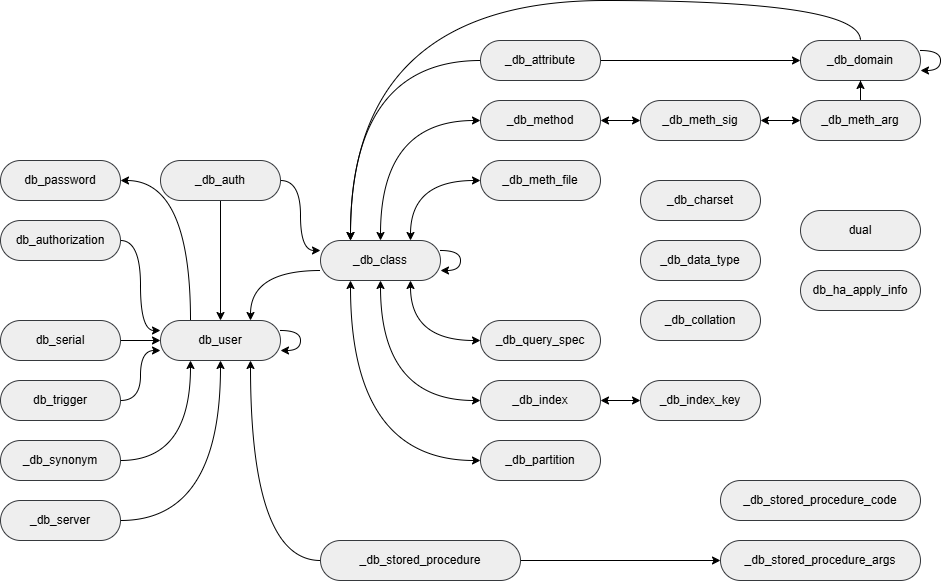
Before: ko/images/image9.png, a diagram exported from draw.io (CUBRID/cubrid-manual). Source tidied: cells renumbered, new cells last; positions are measured from the earlier drawing's top-left corner, leaving out a move shared by most shapes.
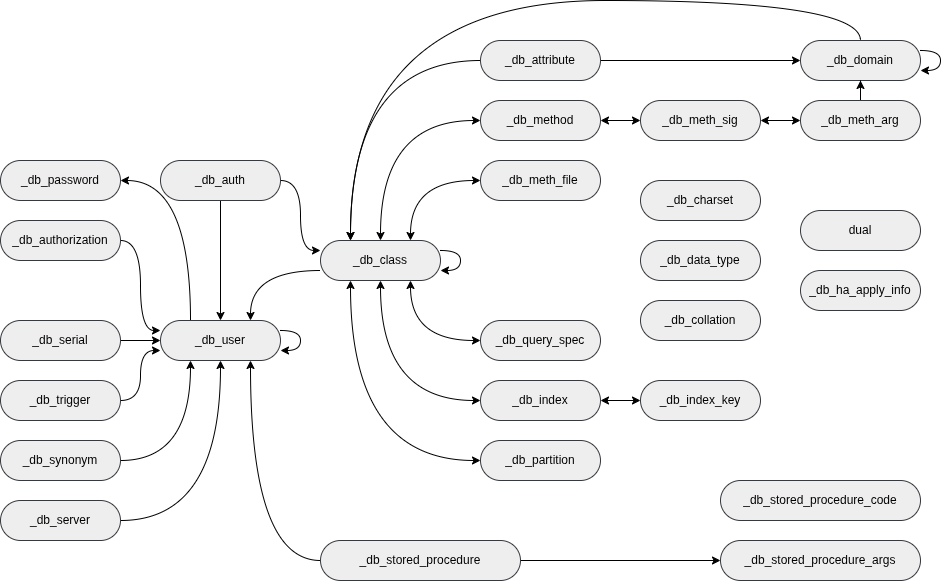
After the change.

What changed in the source:
```diff
@@ -2,9 +2,9 @@
   <root>
     <mxCell id="0" />
     <mxCell id="1" parent="0" />
-    <mxCell id="2" style="edgeStyle=orthogonalEdgeStyle;curved=1;rounded=0;jettySize=auto;html=1;entryX=0.75;entryY=0;entryDx=0;entryDy=0;startArrow=none;startFill=0;exitX=0;exitY=0.75;exitDx=0;exitDy=0;" parent="1" edge="1" source="3" target="49">
-      <mxGeometry relative="1" as="geometry" />
-    </mxCell>
+    <mxCell id="55" style="edgeStyle=orthogonalEdgeStyle;curved=1;rounded=0;jettySize=auto;html=1;entryX=0.75;entryY=0;entryDx=0;entryDy=0;startArrow=none;startFill=0;exitX=0;exitY=0.75;exitDx=0;exitDy=0;" parent="1" edge="1" source="3" target="67">
+      <mxGeometry relative="1" as="geometry" />
+    </mxCell>
     <mxCell id="3" value="&lt;span&gt;_db_class&lt;/span&gt;" style="rounded=1;whiteSpace=wrap;html=1;strokeWidth=1;arcSize=50;fillColor=#eeeeee;strokeColor=#36393d;" parent="1" vertex="1">
       <mxGeometry x="320" y="240" width="120" height="40" as="geometry" />
     </mxCell>
@@ -64,9 +64,9 @@
     <mxCell id="20" value="_db_index_key" style="rounded=1;whiteSpace=wrap;html=1;strokeWidth=1;arcSize=50;fillColor=#eeeeee;strokeColor=#36393d;" parent="1" vertex="1">
       <mxGeometry x="640" y="380" width="120" height="40" as="geometry" />
     </mxCell>
-    <mxCell id="21" style="edgeStyle=orthogonalEdgeStyle;curved=1;rounded=0;jettySize=auto;html=1;startArrow=none;startFill=0;" parent="1" edge="1" source="23" target="49">
-      <mxGeometry relative="1" as="geometry" />
-    </mxCell>
+    <mxCell id="56" style="edgeStyle=orthogonalEdgeStyle;curved=1;rounded=0;jettySize=auto;html=1;startArrow=none;startFill=0;" parent="1" edge="1" source="23" target="67">
+      <mxGeometry relative="1" as="geometry" />
+    </mxCell>
     <mxCell id="22" style="edgeStyle=orthogonalEdgeStyle;curved=1;rounded=0;jettySize=auto;html=1;entryX=0;entryY=0.25;entryDx=0;entryDy=0;startArrow=none;startFill=0;" parent="1" edge="1" source="23" target="3">
       <mxGeometry relative="1" as="geometry" />
     </mxCell>
@@ -82,54 +82,54 @@
     <mxCell id="26" value="_db_partition" style="rounded=1;whiteSpace=wrap;html=1;strokeWidth=1;arcSize=50;fillColor=#eeeeee;strokeColor=#36393d;" parent="1" vertex="1">
       <mxGeometry x="480" y="440" width="120" height="40" as="geometry" />
     </mxCell>
-    <mxCell id="27" style="edgeStyle=orthogonalEdgeStyle;curved=1;rounded=0;jettySize=auto;html=1;entryX=0.5;entryY=1;entryDx=0;entryDy=0;startArrow=none;startFill=0;" parent="1" edge="1" source="28" target="49">
-      <mxGeometry relative="1" as="geometry" />
-    </mxCell>
+    <mxCell id="57" style="edgeStyle=orthogonalEdgeStyle;curved=1;rounded=0;jettySize=auto;html=1;entryX=0.5;entryY=1;entryDx=0;entryDy=0;startArrow=none;startFill=0;" parent="1" edge="1" source="28" target="67">
+      <mxGeometry relative="1" as="geometry" />
+    </mxCell>
     <mxCell id="28" value="_db_server" style="rounded=1;whiteSpace=wrap;html=1;strokeWidth=1;arcSize=50;fillColor=#eeeeee;strokeColor=#36393d;" parent="1" vertex="1">
       <mxGeometry y="500" width="120" height="40" as="geometry" />
     </mxCell>
     <mxCell id="29" style="edgeStyle=orthogonalEdgeStyle;rounded=0;jettySize=auto;html=1;startArrow=none;startFill=0;curved=1;" parent="1" edge="1" source="31" target="32">
       <mxGeometry relative="1" as="geometry" />
     </mxCell>
-    <mxCell id="30" style="edgeStyle=orthogonalEdgeStyle;curved=1;rounded=0;jettySize=auto;html=1;entryX=0.75;entryY=1;entryDx=0;entryDy=0;startArrow=none;startFill=0;" parent="1" edge="1" source="31" target="49">
-      <mxGeometry relative="1" as="geometry" />
-    </mxCell>
+    <mxCell id="58" style="edgeStyle=orthogonalEdgeStyle;curved=1;rounded=0;jettySize=auto;html=1;entryX=0.75;entryY=1;entryDx=0;entryDy=0;startArrow=none;startFill=0;" parent="1" edge="1" source="31" target="67">
+      <mxGeometry relative="1" as="geometry" />
+    </mxCell>
     <mxCell id="31" value="_db_stored_procedure" style="rounded=1;whiteSpace=wrap;html=1;strokeWidth=1;arcSize=50;fillColor=#eeeeee;strokeColor=#36393d;" parent="1" vertex="1">
       <mxGeometry x="320" y="540" width="200" height="40" as="geometry" />
     </mxCell>
     <mxCell id="32" value="_db_stored_procedure_args" style="rounded=1;whiteSpace=wrap;html=1;strokeWidth=1;arcSize=50;fillColor=#eeeeee;strokeColor=#36393d;" parent="1" vertex="1">
       <mxGeometry x="720" y="540" width="200" height="40" as="geometry" />
     </mxCell>
-    <mxCell id="33" style="edgeStyle=orthogonalEdgeStyle;curved=1;rounded=0;jettySize=auto;html=1;entryX=0.25;entryY=1;entryDx=0;entryDy=0;startArrow=none;startFill=0;" parent="1" edge="1" source="34" target="49">
-      <mxGeometry relative="1" as="geometry" />
-    </mxCell>
+    <mxCell id="59" style="edgeStyle=orthogonalEdgeStyle;curved=1;rounded=0;jettySize=auto;html=1;entryX=0.25;entryY=1;entryDx=0;entryDy=0;startArrow=none;startFill=0;" parent="1" edge="1" source="34" target="67">
+      <mxGeometry relative="1" as="geometry" />
+    </mxCell>
     <mxCell id="34" value="_db_synonym" style="rounded=1;whiteSpace=wrap;html=1;strokeWidth=1;arcSize=50;fillColor=#eeeeee;strokeColor=#36393d;" parent="1" vertex="1">
       <mxGeometry y="440" width="120" height="40" as="geometry" />
     </mxCell>
-    <mxCell id="35" style="edgeStyle=orthogonalEdgeStyle;rounded=0;jettySize=auto;html=1;startArrow=none;startFill=0;curved=1;" parent="1" edge="1" source="36" target="49">
-      <mxGeometry relative="1" as="geometry" />
-    </mxCell>
-    <mxCell id="36" value="db_serial" style="rounded=1;whiteSpace=wrap;html=1;strokeWidth=1;arcSize=50;fillColor=#eeeeee;strokeColor=#36393d;" parent="1" vertex="1">
-      <mxGeometry y="320" width="120" height="40" as="geometry" />
-    </mxCell>
-    <mxCell id="37" style="edgeStyle=orthogonalEdgeStyle;curved=1;rounded=0;jettySize=auto;html=1;entryX=0;entryY=0.75;entryDx=0;entryDy=0;startArrow=none;startFill=0;" parent="1" edge="1" source="38" target="49">
-      <mxGeometry relative="1" as="geometry" />
-    </mxCell>
-    <mxCell id="38" value="db_trigger" style="rounded=1;whiteSpace=wrap;html=1;strokeWidth=1;arcSize=50;fillColor=#eeeeee;strokeColor=#36393d;" parent="1" vertex="1">
-      <mxGeometry y="380" width="120" height="40" as="geometry" />
-    </mxCell>
-    <mxCell id="39" value="db_ha_apply_info" style="rounded=1;whiteSpace=wrap;html=1;strokeWidth=1;arcSize=50;fillColor=#eeeeee;strokeColor=#36393d;" parent="1" vertex="1">
-      <mxGeometry x="800" y="270" width="120" height="40" as="geometry" />
-    </mxCell>
+    <mxCell id="60" style="edgeStyle=orthogonalEdgeStyle;rounded=0;jettySize=auto;html=1;startArrow=none;startFill=0;curved=1;" parent="1" edge="1" source="61" target="67">
+      <mxGeometry relative="1" as="geometry" />
+    </mxCell>
+    <mxCell id="61" value="_db_serial" style="rounded=1;whiteSpace=wrap;html=1;strokeWidth=1;arcSize=50;fillColor=#eeeeee;strokeColor=#36393d;" parent="1" vertex="1">
+      <mxGeometry y="320" width="120" height="40" as="geometry" />
+    </mxCell>
+    <mxCell id="62" style="edgeStyle=orthogonalEdgeStyle;curved=1;rounded=0;jettySize=auto;html=1;entryX=0;entryY=0.75;entryDx=0;entryDy=0;startArrow=none;startFill=0;" parent="1" edge="1" source="63" target="67">
+      <mxGeometry relative="1" as="geometry" />
+    </mxCell>
+    <mxCell id="63" value="_db_trigger" style="rounded=1;whiteSpace=wrap;html=1;strokeWidth=1;arcSize=50;fillColor=#eeeeee;strokeColor=#36393d;" parent="1" vertex="1">
+      <mxGeometry y="380" width="120" height="40" as="geometry" />
+    </mxCell>
+    <mxCell id="64" value="_db_ha_apply_info" style="rounded=1;whiteSpace=wrap;html=1;strokeWidth=1;arcSize=50;fillColor=#eeeeee;strokeColor=#36393d;" parent="1" vertex="1">
+      <mxGeometry x="800" y="270" width="120" height="40" as="geometry" />
+    </mxCell>
     <mxCell id="40" value="dual" style="rounded=1;whiteSpace=wrap;html=1;strokeWidth=1;arcSize=50;fillColor=#eeeeee;strokeColor=#36393d;" parent="1" vertex="1">
       <mxGeometry x="800" y="210" width="120" height="40" as="geometry" />
     </mxCell>
     <mxCell id="41" style="edgeStyle=orthogonalEdgeStyle;rounded=0;orthogonalLoop=1;jettySize=auto;html=1;startArrow=none;startFill=0;curved=1;" parent="1" edge="1" source="8" target="8">
       <mxGeometry relative="1" as="geometry" />
     </mxCell>
-    <mxCell id="42" value="db_password" style="rounded=1;whiteSpace=wrap;html=1;strokeWidth=1;arcSize=50;fillColor=#eeeeee;strokeColor=#36393d;" parent="1" vertex="1">
-      <mxGeometry y="160" width="120" height="40" as="geometry" />
-    </mxCell>
+    <mxCell id="65" value="_db_password" style="rounded=1;whiteSpace=wrap;html=1;strokeWidth=1;arcSize=50;fillColor=#eeeeee;strokeColor=#36393d;" parent="1" vertex="1">
+      <mxGeometry y="160" width="120" height="40" as="geometry" />
+    </mxCell>
     <mxCell id="43" style="edgeStyle=orthogonalEdgeStyle;rounded=0;jettySize=auto;html=1;startArrow=classic;startFill=1;entryX=0;entryY=0.5;entryDx=0;entryDy=0;exitX=1;exitY=0.5;exitDx=0;exitDy=0;" parent="1" edge="1" source="45" target="47">
       <mxGeometry relative="1" as="geometry" />
     </mxCell>
@@ -145,24 +145,24 @@
     <mxCell id="47" value="_db_meth_sig" style="rounded=1;whiteSpace=wrap;html=1;strokeWidth=1;arcSize=50;fillColor=#eeeeee;strokeColor=#36393d;" parent="1" vertex="1">
       <mxGeometry x="640" y="100" width="120" height="40" as="geometry" />
     </mxCell>
-    <mxCell id="48" style="edgeStyle=orthogonalEdgeStyle;curved=1;rounded=0;jettySize=auto;html=1;entryX=1;entryY=0.5;entryDx=0;entryDy=0;startArrow=none;startFill=0;exitX=0.25;exitY=0;exitDx=0;exitDy=0;" parent="1" edge="1" source="49" target="42">
-      <mxGeometry relative="1" as="geometry" />
-    </mxCell>
-    <mxCell id="49" value="db_user" style="rounded=1;whiteSpace=wrap;html=1;strokeWidth=1;arcSize=50;fillColor=#eeeeee;strokeColor=#36393d;" parent="1" vertex="1">
-      <mxGeometry x="160" y="320" width="120" height="40" as="geometry" />
-    </mxCell>
-    <mxCell id="50" style="edgeStyle=orthogonalEdgeStyle;curved=1;rounded=0;jettySize=auto;html=1;entryX=0;entryY=0.25;entryDx=0;entryDy=0;startArrow=none;startFill=0;" parent="1" edge="1" source="51" target="49">
-      <mxGeometry relative="1" as="geometry" />
-    </mxCell>
-    <mxCell id="51" value="&lt;span style=&quot;color: rgb(0 , 0 , 0) ; font-family: &amp;#34;helvetica&amp;#34; ; font-size: 12px ; font-style: normal ; font-weight: 400 ; letter-spacing: normal ; text-align: center ; text-indent: 0px ; text-transform: none ; word-spacing: 0px ; display: inline ; float: none&quot;&gt;db_authorization&lt;/span&gt;" style="rounded=1;whiteSpace=wrap;html=1;strokeWidth=1;arcSize=50;fillColor=#eeeeee;strokeColor=#36393d;" parent="1" vertex="1">
-      <mxGeometry y="220" width="120" height="40" as="geometry" />
-    </mxCell>
+    <mxCell id="66" style="edgeStyle=orthogonalEdgeStyle;curved=1;rounded=0;jettySize=auto;html=1;entryX=1;entryY=0.5;entryDx=0;entryDy=0;startArrow=none;startFill=0;exitX=0.25;exitY=0;exitDx=0;exitDy=0;" parent="1" edge="1" source="67" target="65">
+      <mxGeometry relative="1" as="geometry" />
+    </mxCell>
+    <mxCell id="67" value="_db_user" style="rounded=1;whiteSpace=wrap;html=1;strokeWidth=1;arcSize=50;fillColor=#eeeeee;strokeColor=#36393d;" parent="1" vertex="1">
+      <mxGeometry x="160" y="320" width="120" height="40" as="geometry" />
+    </mxCell>
+    <mxCell id="68" style="edgeStyle=orthogonalEdgeStyle;curved=1;rounded=0;jettySize=auto;html=1;entryX=0;entryY=0.25;entryDx=0;entryDy=0;startArrow=none;startFill=0;" parent="1" edge="1" source="69" target="67">
+      <mxGeometry relative="1" as="geometry" />
+    </mxCell>
+    <mxCell id="69" value="&lt;span style=&quot;color: rgb(0, 0, 0); font-family: helvetica; font-size: 12px; font-style: normal; font-weight: 400; letter-spacing: normal; text-align: center; text-indent: 0px; text-transform: none; word-spacing: 0px; display: inline; float: none;&quot;&gt;_db_authorization&lt;/span&gt;" style="rounded=1;whiteSpace=wrap;html=1;strokeWidth=1;arcSize=50;fillColor=#eeeeee;strokeColor=#36393d;" parent="1" vertex="1">
+      <mxGeometry y="220" width="120" height="40" as="geometry" />
+    </mxCell>
     <mxCell id="52" style="edgeStyle=orthogonalEdgeStyle;curved=1;rounded=0;orthogonalLoop=1;jettySize=auto;html=1;startArrow=none;startFill=0;" parent="1" edge="1" source="3" target="3">
       <mxGeometry relative="1" as="geometry" />
     </mxCell>
-    <mxCell id="53" style="edgeStyle=orthogonalEdgeStyle;curved=1;rounded=0;orthogonalLoop=1;jettySize=auto;html=1;startArrow=none;startFill=0;" parent="1" edge="1" source="49" target="49">
-      <mxGeometry relative="1" as="geometry" />
-    </mxCell>
+    <mxCell id="70" style="edgeStyle=orthogonalEdgeStyle;curved=1;rounded=0;orthogonalLoop=1;jettySize=auto;html=1;startArrow=none;startFill=0;" parent="1" edge="1" source="67" target="67">
+      <mxGeometry relative="1" as="geometry" />
+    </mxCell>
     <mxCell id="54" value="_db_stored_procedure_code" style="rounded=1;whiteSpace=wrap;html=1;strokeWidth=1;arcSize=50;fillColor=#eeeeee;strokeColor=#36393d;" parent="1" vertex="1">
       <mxGeometry x="720" y="480" width="200" height="40" as="geometry" />
     </mxCell>
```
